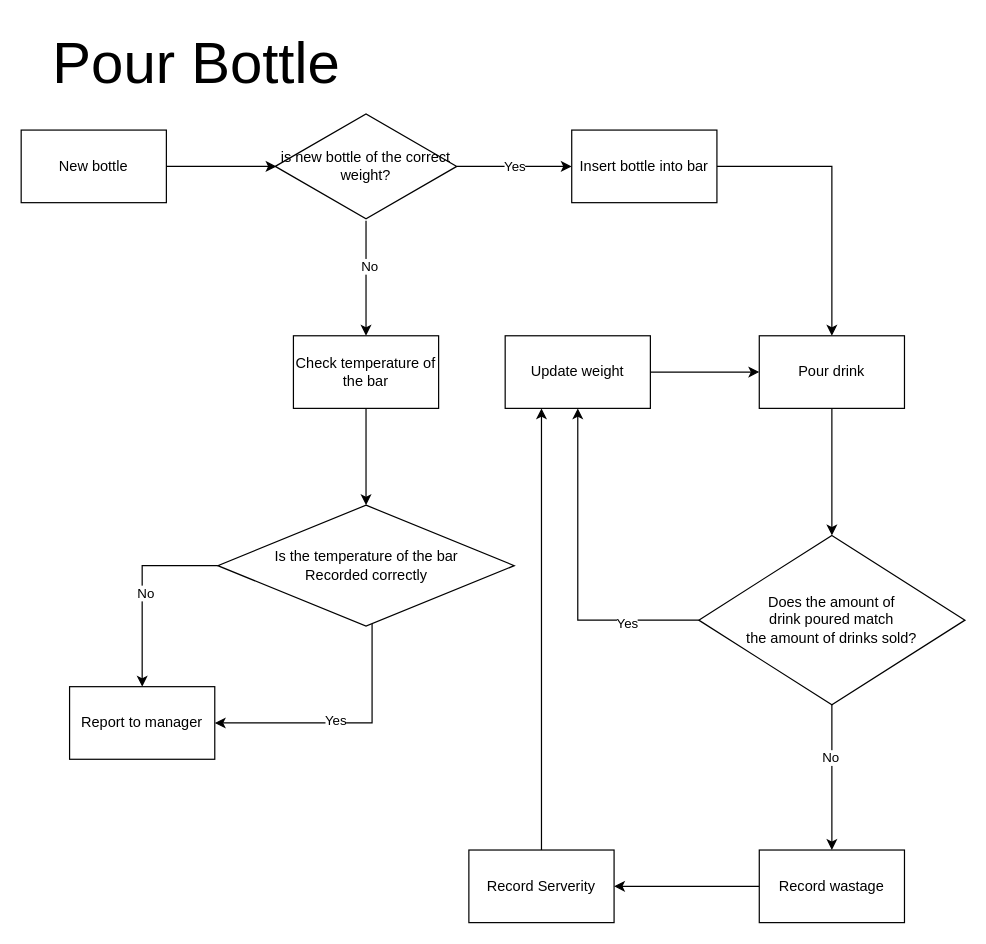
The draw.io diagram page "Pour Bottle" (2 of 3) of pour_spirit.drawio in jake4327/Fundamental_Project, before the edit. Source tidied: cells renumbered, new cells numbered last; positions are measured from the earlier drawing's top-left corner, leaving out a move shared by most shapes. Both pictures are drawn from the tidied source at 121%, with x=0, y=0 at pixel (21, 21).
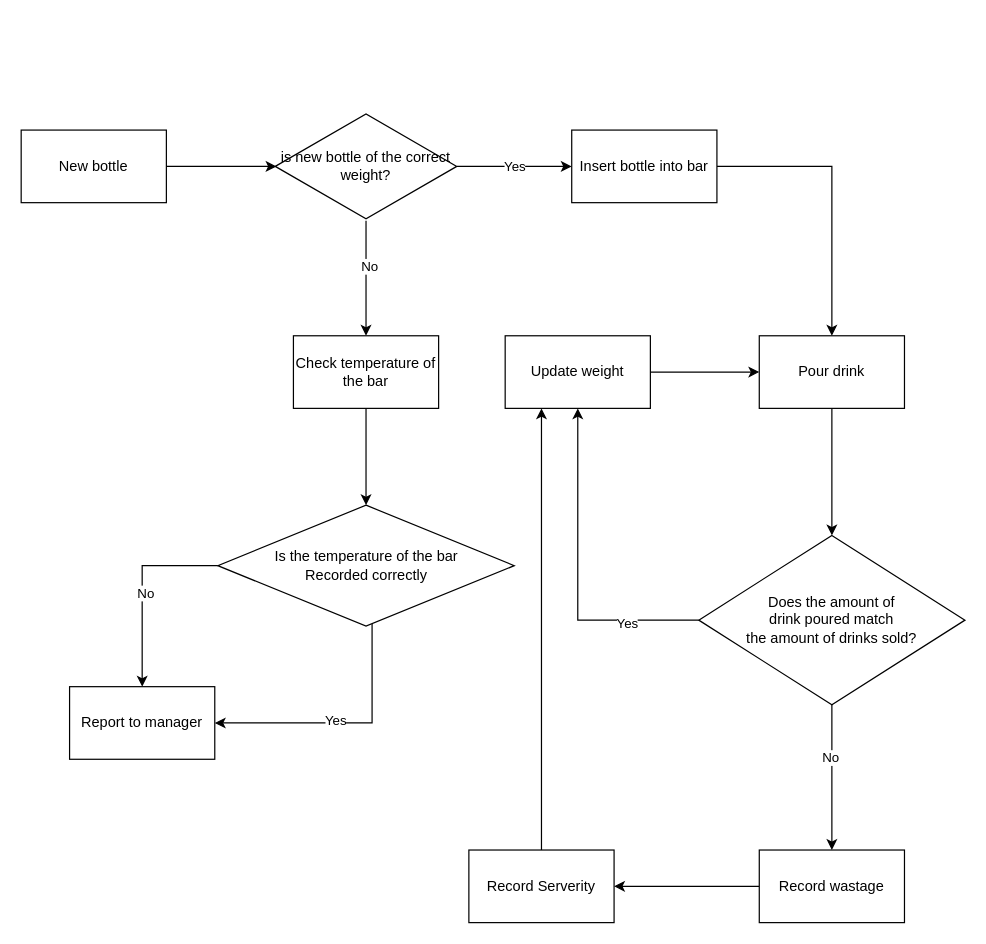
The same page after the edit.

What changed in the source:
```diff
@@
-    <mxCell id="4" value="&lt;font style=&quot;font-size: 48px&quot;&gt;Pour Bottle&lt;/font&gt;" style="text;html=1;strokeColor=none;fillColor=none;align=center;verticalAlign=middle;whiteSpace=wrap;rounded=0;" parent="1" vertex="1">
-      <mxGeometry width="290" height="70" as="geometry" />
-    </mxCell>
```
